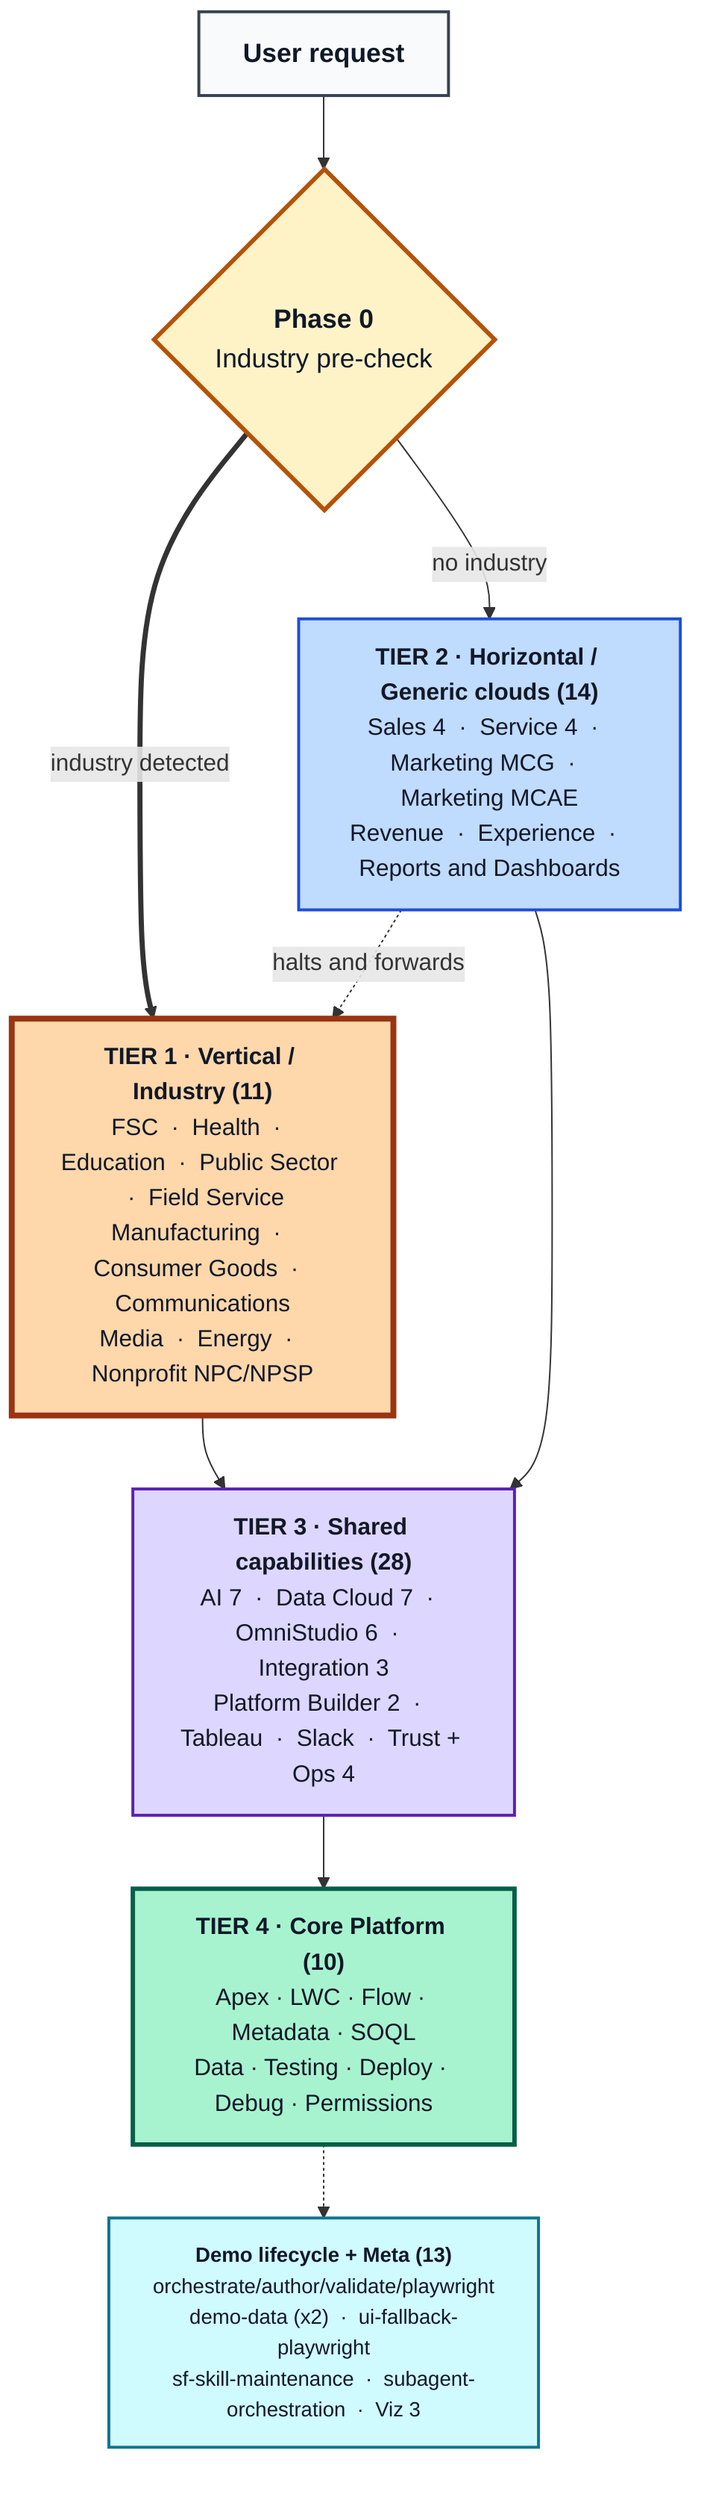
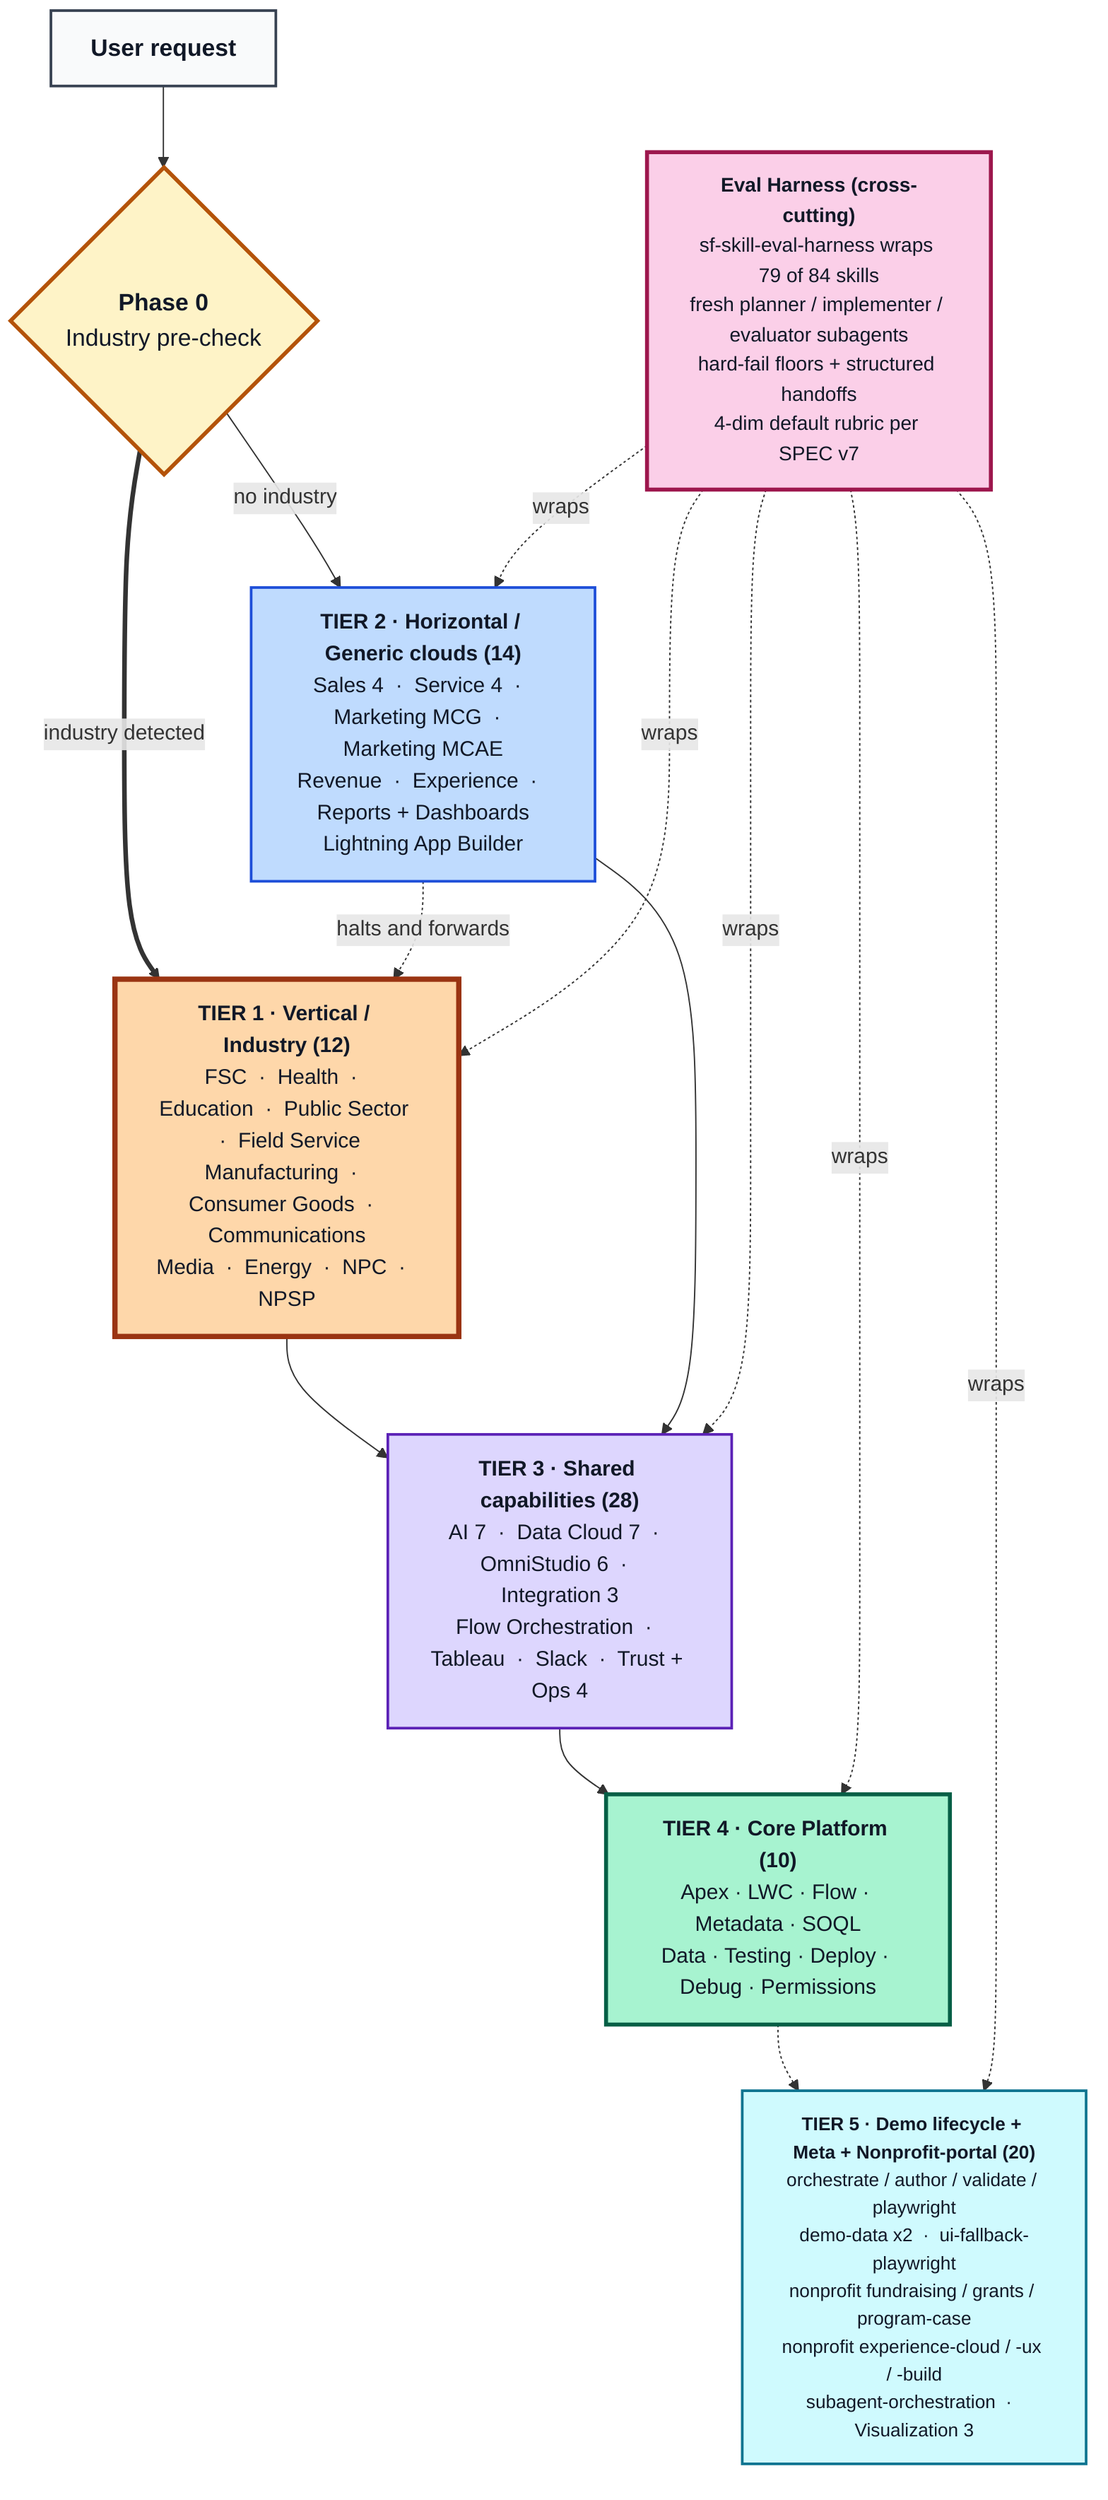
flowchart TB

    REQ["<b>User request</b>"]

    ROUTE{"<b>Phase 0</b><br/>Industry pre-check"}

-     IND["<b>TIER 1 &middot; Vertical / Industry (11)</b><br/>FSC &nbsp;&middot;&nbsp; Health &nbsp;&middot;&nbsp; Education &nbsp;&middot;&nbsp; Public Sector &nbsp;&middot;&nbsp; Field Service<br/>Manufacturing &nbsp;&middot;&nbsp; Consumer Goods &nbsp;&middot;&nbsp; Communications<br/>Media &nbsp;&middot;&nbsp; Energy &nbsp;&middot;&nbsp; Nonprofit NPC/NPSP"]
+     IND["<b>TIER 1 &middot; Vertical / Industry (12)</b><br/>FSC &nbsp;&middot;&nbsp; Health &nbsp;&middot;&nbsp; Education &nbsp;&middot;&nbsp; Public Sector &nbsp;&middot;&nbsp; Field Service<br/>Manufacturing &nbsp;&middot;&nbsp; Consumer Goods &nbsp;&middot;&nbsp; Communications<br/>Media &nbsp;&middot;&nbsp; Energy &nbsp;&middot;&nbsp; NPC &nbsp;&middot;&nbsp; NPSP"]

-     GEN["<b>TIER 2 &middot; Horizontal / Generic clouds (14)</b><br/>Sales 4 &nbsp;&middot;&nbsp; Service 4 &nbsp;&middot;&nbsp; Marketing MCG &nbsp;&middot;&nbsp; Marketing MCAE<br/>Revenue &nbsp;&middot;&nbsp; Experience &nbsp;&middot;&nbsp; Reports and Dashboards"]
+     GEN["<b>TIER 2 &middot; Horizontal / Generic clouds (14)</b><br/>Sales 4 &nbsp;&middot;&nbsp; Service 4 &nbsp;&middot;&nbsp; Marketing MCG &nbsp;&middot;&nbsp; Marketing MCAE<br/>Revenue &nbsp;&middot;&nbsp; Experience &nbsp;&middot;&nbsp; Reports + Dashboards<br/>Lightning App Builder"]

-     SHARED["<b>TIER 3 &middot; Shared capabilities (28)</b><br/>AI 7 &nbsp;&middot;&nbsp; Data Cloud 7 &nbsp;&middot;&nbsp; OmniStudio 6 &nbsp;&middot;&nbsp; Integration 3<br/>Platform Builder 2 &nbsp;&middot;&nbsp; Tableau &nbsp;&middot;&nbsp; Slack &nbsp;&middot;&nbsp; Trust + Ops 4"]
+     SHARED["<b>TIER 3 &middot; Shared capabilities (28)</b><br/>AI 7 &nbsp;&middot;&nbsp; Data Cloud 7 &nbsp;&middot;&nbsp; OmniStudio 6 &nbsp;&middot;&nbsp; Integration 3<br/>Flow Orchestration &nbsp;&middot;&nbsp; Tableau &nbsp;&middot;&nbsp; Slack &nbsp;&middot;&nbsp; Trust + Ops 4"]

    CORE["<b>TIER 4 &middot; Core Platform (10)</b><br/>Apex &middot; LWC &middot; Flow &middot; Metadata &middot; SOQL<br/>Data &middot; Testing &middot; Deploy &middot; Debug &middot; Permissions"]

-     DEMO["<b>Demo lifecycle + Meta (13)</b><br/>orchestrate/author/validate/playwright<br/>demo-data (x2) &nbsp;&middot;&nbsp; ui-fallback-playwright<br/>sf-skill-maintenance &nbsp;&middot;&nbsp; subagent-orchestration &nbsp;&middot;&nbsp; Viz 3"]
+     DEMO["<b>TIER 5 &middot; Demo lifecycle + Meta + Nonprofit-portal (20)</b><br/>orchestrate / author / validate / playwright<br/>demo-data x2 &nbsp;&middot;&nbsp; ui-fallback-playwright<br/>nonprofit fundraising / grants / program-case<br/>nonprofit experience-cloud / -ux / -build<br/>subagent-orchestration &nbsp;&middot;&nbsp; Visualization 3"]
+ 
+     HARNESS["<b>Eval Harness (cross-cutting)</b><br/>sf-skill-eval-harness wraps 79 of 84 skills<br/>fresh planner / implementer / evaluator subagents<br/>hard-fail floors + structured handoffs<br/>4-dim default rubric per SPEC v7"]

    REQ --> ROUTE
    ROUTE ==>|industry detected| IND
    ROUTE -->|no industry| GEN
    GEN -. halts and forwards .-> IND
    IND --> SHARED
    GEN --> SHARED
    SHARED --> CORE
    CORE -.-> DEMO
+     HARNESS -.wraps.-> IND
+     HARNESS -.wraps.-> GEN
+     HARNESS -.wraps.-> SHARED
+     HARNESS -.wraps.-> CORE
+     HARNESS -.wraps.-> DEMO

    classDef request fill:#F9FAFB,stroke:#374151,stroke-width:2px,color:#111827,font-size:18px
    classDef route fill:#FEF3C7,stroke:#B45309,stroke-width:3px,color:#111827,font-size:18px
    classDef industry fill:#FED7AA,stroke:#9A3412,stroke-width:4px,color:#111827,font-size:16px
    classDef generic fill:#BFDBFE,stroke:#1D4ED8,stroke-width:2px,color:#111827,font-size:16px
    classDef shared fill:#DDD6FE,stroke:#5B21B6,stroke-width:2px,color:#111827,font-size:16px
    classDef core fill:#A7F3D0,stroke:#065F46,stroke-width:3px,color:#111827,font-size:16px
    classDef delivery fill:#CFFAFE,stroke:#0E7490,stroke-width:2px,color:#111827,font-size:14px
+     classDef harness fill:#FBCFE8,stroke:#9D174D,stroke-width:3px,color:#111827,font-size:15px

    class REQ request
    class ROUTE route
    class IND industry
    class GEN generic
    class SHARED shared
    class CORE core
    class DEMO delivery
+     class HARNESS harness
